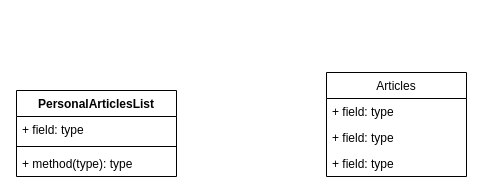
Before: 1-SoftwareRequirements/ArticlePublisher/ap_class.drawio in zan-press/diagram, a draw.io diagram. Source tidied: cells renumbered, new cells numbered last; positions are measured from the earlier drawing's top-left corner, leaving out a move shared by most shapes. Both pictures are drawn from the tidied source at 100%, with x=0, y=0 at pixel (16, 72).
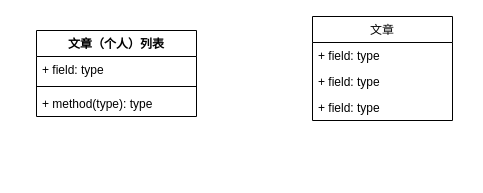
The same page after the edit.

The edit, as a diff of the source:
```diff
@@
 <mxGraphModel>
   <root>
     <mxCell id="0" />
     <mxCell id="1" parent="0" />
-    <mxCell id="2" value="PersonalArticlesList" style="swimlane;fontStyle=1;align=center;verticalAlign=top;horizontal=1;startSize=26;" parent="1" vertex="1">
-      <mxGeometry y="18" width="160" height="86" as="geometry" />
+    <mxCell id="2" value="文章（个人）列表" style="swimlane;fontStyle=1;align=center;verticalAlign=top;horizontal=1;startSize=26;" parent="1" vertex="1">
+      <mxGeometry x="20" y="-42" width="160" height="86" as="geometry" />
     </mxCell>
     <mxCell id="3" value="+ field: type" style="text;strokeColor=none;fillColor=none;align=left;verticalAlign=top;spacingLeft=4;spacingRight=4;overflow=hidden;" parent="2" vertex="1">
       <mxGeometry y="26" width="160" height="26" as="geometry" />
     </mxCell>
     <mxCell id="4" style="line;strokeWidth=1;fillColor=none;align=left;verticalAlign=middle;spacingTop=-1;spacingLeft=3;spacingRight=3;labelPosition=right;" parent="2" vertex="1">
       <mxGeometry y="52" width="160" height="8" as="geometry" />
     </mxCell>
     <mxCell id="5" value="+ method(type): type" style="text;strokeColor=none;fillColor=none;align=left;verticalAlign=top;spacingLeft=4;spacingRight=4;overflow=hidden;" parent="2" vertex="1">
       <mxGeometry y="60" width="160" height="26" as="geometry" />
     </mxCell>
-    <mxCell id="6" value="Articles" style="swimlane;fontStyle=0;horizontal=1;startSize=26;fillColor=none;" parent="1" vertex="1">
-      <mxGeometry x="310" width="140" height="104" as="geometry" />
+    <mxCell id="6" value="文章" style="swimlane;fontStyle=0;horizontal=1;startSize=26;fillColor=none;" parent="1" vertex="1">
+      <mxGeometry x="296" y="-56" width="140" height="104" as="geometry" />
     </mxCell>
     <mxCell id="7" value="+ field: type" style="text;strokeColor=none;fillColor=none;align=left;verticalAlign=top;spacingLeft=4;spacingRight=4;overflow=hidden;" parent="6" vertex="1">
       <mxGeometry y="26" width="140" height="26" as="geometry" />
     </mxCell>
     <mxCell id="8" value="+ field: type" style="text;strokeColor=none;fillColor=none;align=left;verticalAlign=top;spacingLeft=4;spacingRight=4;overflow=hidden;" parent="6" vertex="1">
       <mxGeometry y="52" width="140" height="26" as="geometry" />
     </mxCell>
     <mxCell id="9" value="+ field: type" style="text;strokeColor=none;fillColor=none;align=left;verticalAlign=top;spacingLeft=4;spacingRight=4;overflow=hidden;" parent="6" vertex="1">
       <mxGeometry y="78" width="140" height="26" as="geometry" />
     </mxCell>
   </root>
 </mxGraphModel>
```
